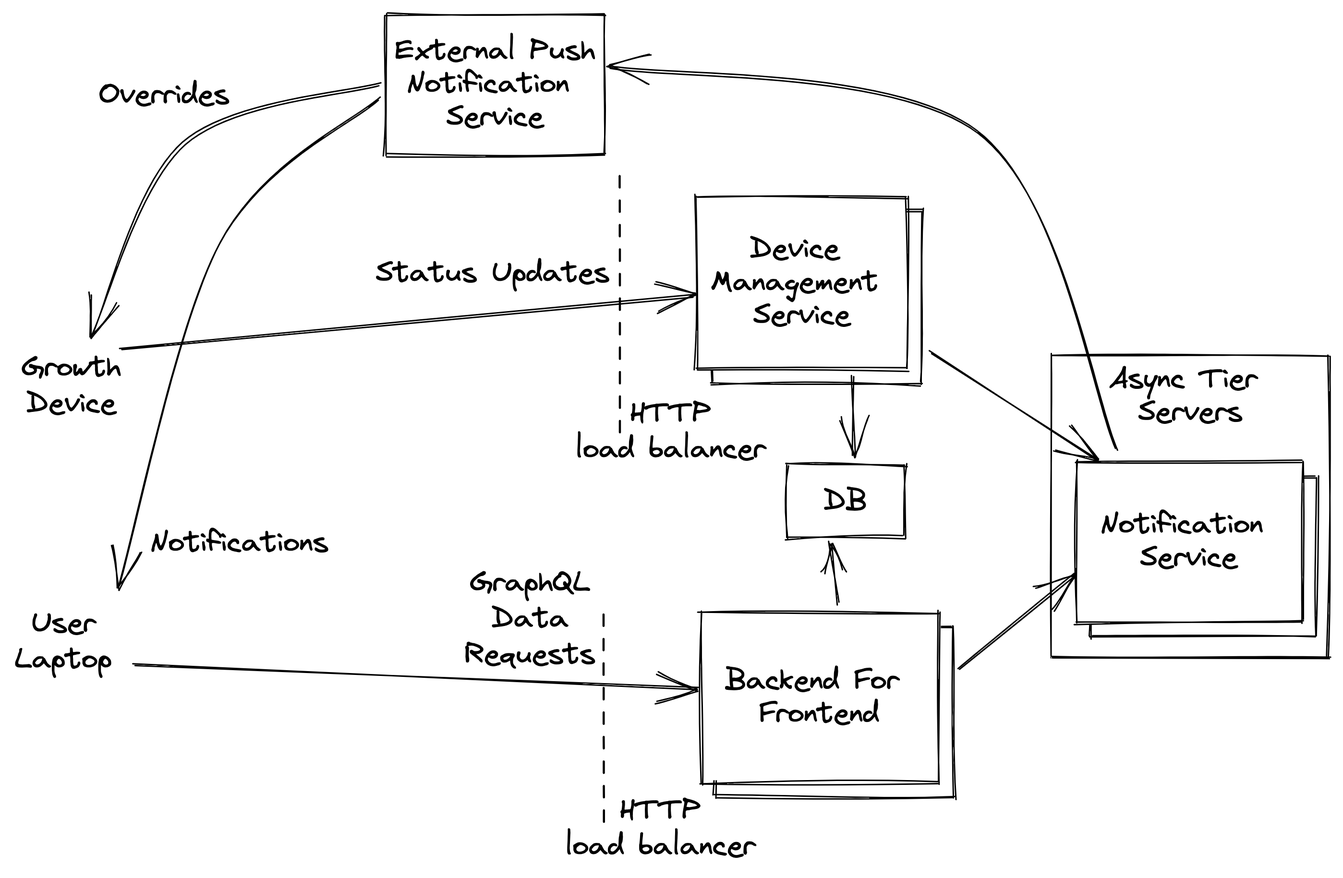
Above: server-push.excalidraw.png in alsuren/interview-2022-10-31 (Excalidraw), before the change. Source tidied: one line per element, renumbered; positions are measured from the earlier drawing's top-left corner, leaving out a move shared by most shapes.
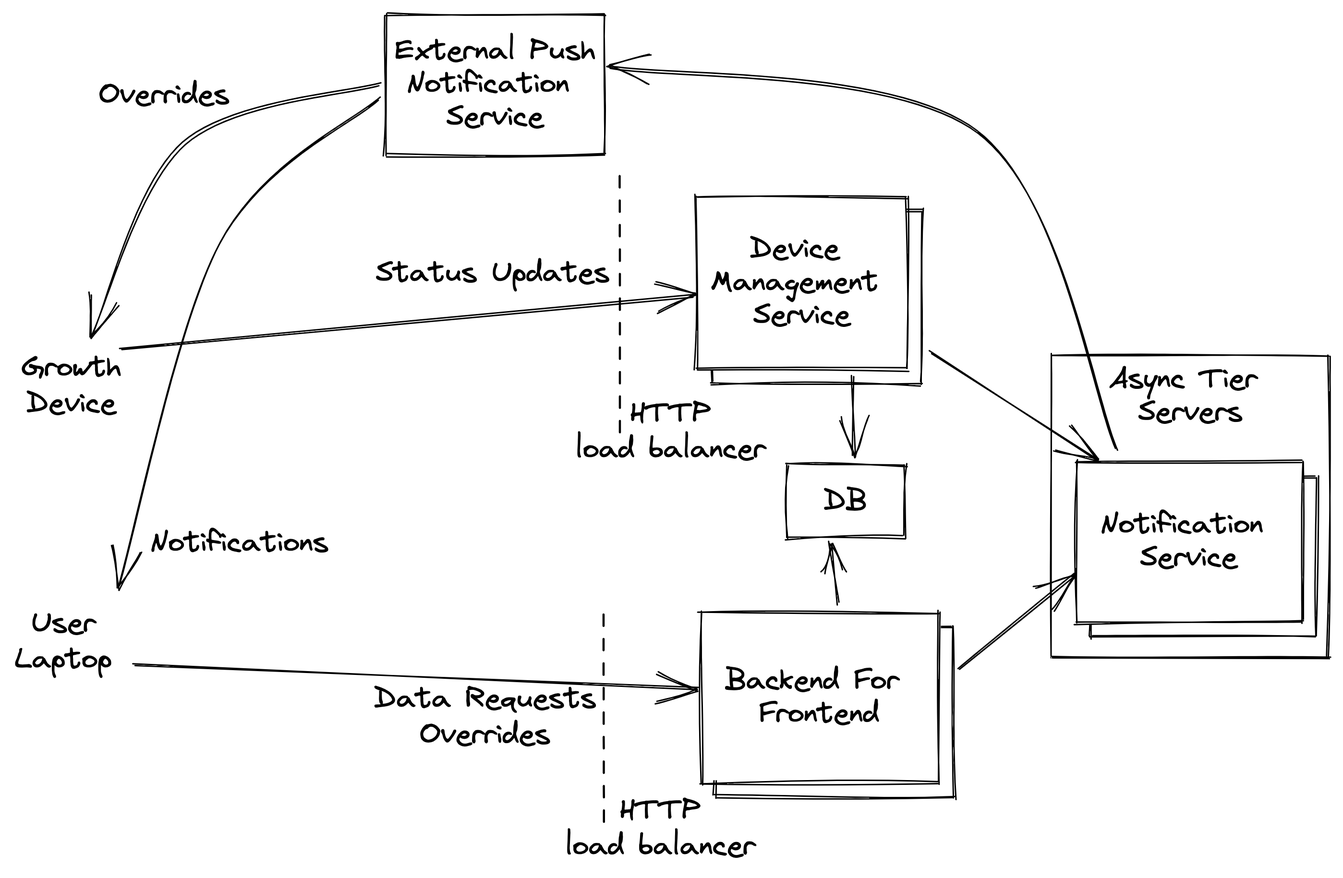
Later version of the same file.

Commit message:
clean up diagrams

What changed in the source:
```diff
@@ -34,4 +34,4 @@
 {"id": 33, "type": "text", "text": "Overrides", "strokeColor": "#000000", "backgroundColor": "#fff", "fillStyle": "solid", "strokeWidth": 1, "roughness": 1, "fontSize": 20, "fontFamily": 1, "textAlign": "center", "x": 58, "y": 43, "width": 92, "height": 25}
 {"id": 34, "type": "arrow", "strokeColor": "#000000", "backgroundColor": "#fff", "fillStyle": "solid", "strokeWidth": 1, "roughness": 1, "endArrowhead": "arrow", "from": 28, "to": 17, "x": 254, "y": 58, "width": 181, "height": 339, "points": [[0, 0], [-111, 100], [-181, 339]]}
 {"id": 35, "type": "text", "text": "Notifications", "strokeColor": "#000000", "backgroundColor": "#fff", "fillStyle": "solid", "strokeWidth": 1, "roughness": 1, "fontSize": 20, "fontFamily": 1, "textAlign": "center", "x": 94, "y": 354, "width": 125, "height": 25}
-{"id": 36, "type": "text", "text": "GraphQL\nData\nRequests", "strokeColor": "#000000", "backgroundColor": "#fff", "fillStyle": "solid", "strokeWidth": 1, "roughness": 1, "fontSize": 20, "fontFamily": 1, "textAlign": "center", "x": 312, "y": 382, "width": 92, "height": 75}
+{"id": 36, "type": "text", "text": "Data Requests\nOverrides", "strokeColor": "#000000", "backgroundColor": "#fff", "fillStyle": "solid", "strokeWidth": 1, "roughness": 1, "fontSize": 20, "fontFamily": 1, "textAlign": "center", "x": 250, "y": 463, "width": 154, "height": 50}
```
